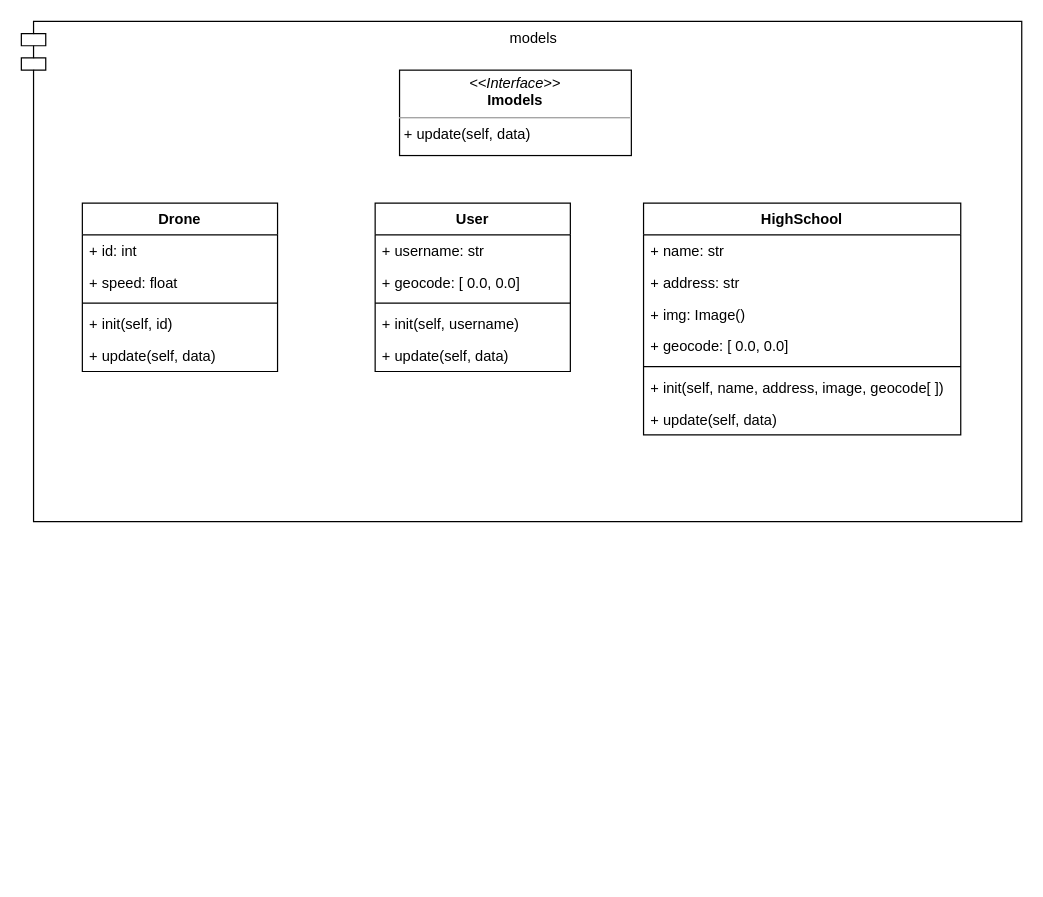
Earlier version of the draw.io diagram page "models" (1 of 4) of api_geocode.drawio (giova-fonseca/giova-fonseca). Source tidied: cells renumbered, new cells numbered last; positions are measured from the earlier drawing's top-left corner, leaving out a move shared by most shapes. Both pictures are drawn from the tidied source at 122%, with x=0, y=0 at pixel (21, 21).
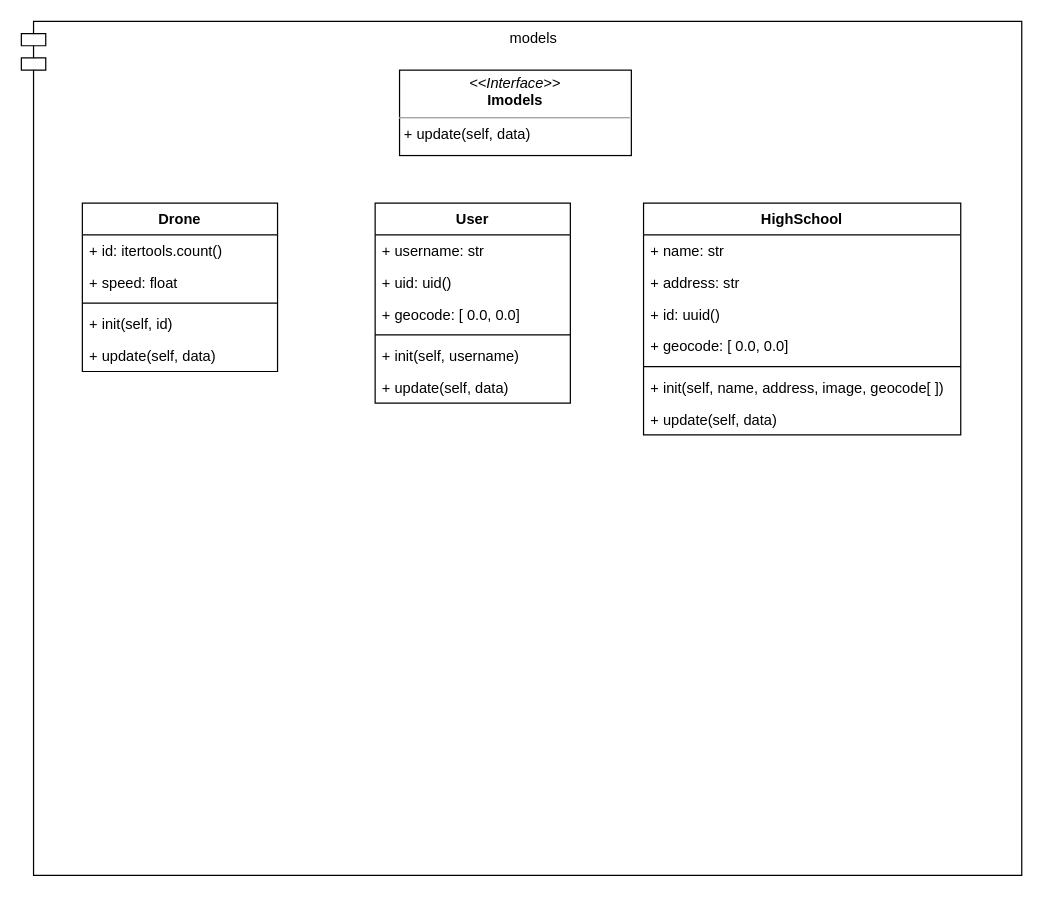
Above is the later version.

Unchanged cells that the change refers to:
```xml
<mxCell id="3" value="Drone" style="swimlane;fontStyle=1;align=center;verticalAlign=top;horizontal=1;startSize=26;" parent="1" vertex="1">
  <mxGeometry x="50" y="149" width="160" height="138" as="geometry" />
</mxCell>
<mxCell id="16" value="HighSchool" style="swimlane;fontStyle=1;align=center;verticalAlign=top;horizontal=1;startSize=26;" parent="1" vertex="1">
  <mxGeometry x="510" y="149" width="260" height="190" as="geometry" />
</mxCell>
```

The edit, as a diff of the source:
```diff
@@
     <mxCell id="2" value="models" style="shape=module;align=left;spacingLeft=20;align=center;verticalAlign=top;" parent="1" vertex="1">
-      <mxGeometry width="820" height="410" as="geometry" />
+      <mxGeometry width="820" height="700" as="geometry" />
     </mxCell>
@@
-    <mxCell id="4" value="+ id: int" style="text;strokeColor=none;fillColor=none;align=left;verticalAlign=top;spacingLeft=4;spacingRight=4;overflow=hidden;" parent="3" vertex="1">
+    <mxCell id="4" value="+ id: itertools.count()" style="text;strokeColor=none;fillColor=none;align=left;verticalAlign=top;spacingLeft=4;spacingRight=4;overflow=hidden;" parent="3" vertex="1">
       <mxGeometry y="26" width="160" height="26" as="geometry" />
     </mxCell>
@@
     <mxCell id="9" value="User" style="swimlane;fontStyle=1;align=center;verticalAlign=top;horizontal=1;startSize=26;" parent="1" vertex="1">
-      <mxGeometry x="290" y="149" width="160" height="138" as="geometry" />
+      <mxGeometry x="290" y="149" width="160" height="164" as="geometry" />
     </mxCell>
@@
+    <mxCell id="24" value="+ uid: uid()" style="text;strokeColor=none;fillColor=none;align=left;verticalAlign=top;spacingLeft=4;spacingRight=4;overflow=hidden;" parent="9" vertex="1">
+      <mxGeometry y="52" width="160" height="26" as="geometry" />
+    </mxCell>
     <mxCell id="11" value="+ geocode: [ 0.0, 0.0]" style="text;strokeColor=none;fillColor=none;align=left;verticalAlign=top;spacingLeft=4;spacingRight=4;overflow=hidden;" parent="9" vertex="1">
-      <mxGeometry y="52" width="160" height="26" as="geometry" />
+      <mxGeometry y="78" width="160" height="26" as="geometry" />
     </mxCell>
     <mxCell id="12" style="line;strokeWidth=1;fillColor=none;align=left;verticalAlign=middle;spacingTop=-1;spacingLeft=3;spacingRight=3;labelPosition=right;" parent="9" vertex="1">
-      <mxGeometry y="78" width="160" height="8" as="geometry" />
+      <mxGeometry y="104" width="160" height="8" as="geometry" />
     </mxCell>
     <mxCell id="13" value="+ init(self, username)" style="text;strokeColor=none;fillColor=none;align=left;verticalAlign=top;spacingLeft=4;spacingRight=4;overflow=hidden;" parent="9" vertex="1">
-      <mxGeometry y="86" width="160" height="26" as="geometry" />
+      <mxGeometry y="112" width="160" height="26" as="geometry" />
     </mxCell>
     <mxCell id="14" value="+ update(self, data)" style="text;strokeColor=none;fillColor=none;align=left;verticalAlign=top;spacingLeft=4;spacingRight=4;overflow=hidden;" parent="9" vertex="1">
-      <mxGeometry y="112" width="160" height="26" as="geometry" />
+      <mxGeometry y="138" width="160" height="26" as="geometry" />
     </mxCell>
@@
-    <mxCell id="19" value="+ img: Image()" style="text;strokeColor=none;fillColor=none;align=left;verticalAlign=top;spacingLeft=4;spacingRight=4;overflow=hidden;" parent="16" vertex="1">
+    <mxCell id="19" value="+ id: uuid()" style="text;strokeColor=none;fillColor=none;align=left;verticalAlign=top;spacingLeft=4;spacingRight=4;overflow=hidden;" parent="16" vertex="1">
       <mxGeometry y="78" width="260" height="26" as="geometry" />
     </mxCell>
```
